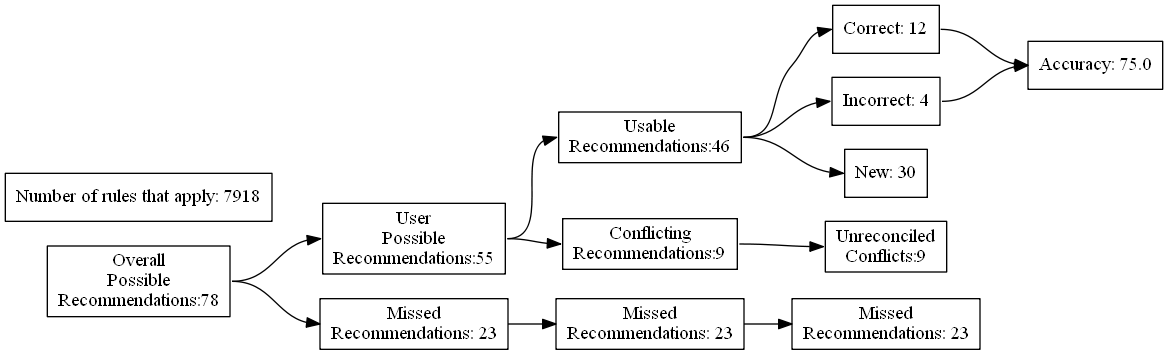
Above: test_renders/66.gv.png in ZaxR/ibd_diet_analysis (Graphviz), before the change. Its source is kept beside it as test_renders/66.gv.
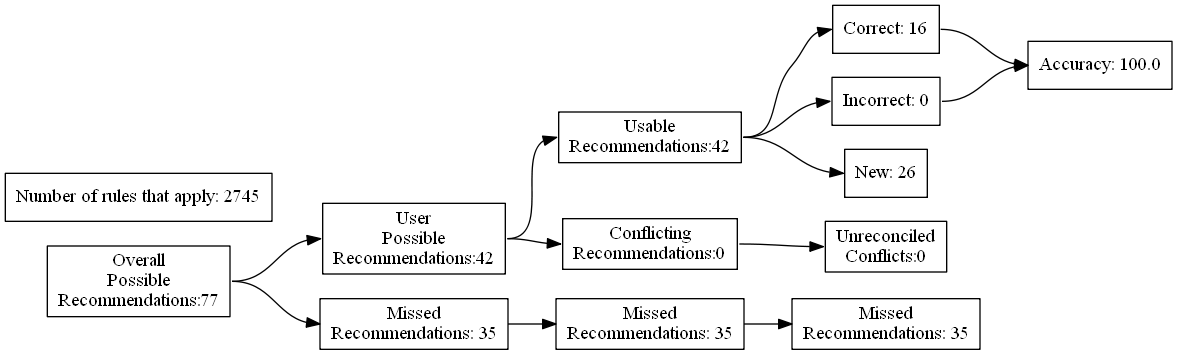
Later version of the same file.

The edit, as a diff of the source:
```diff
@@ -4,27 +4,27 @@
 	edge [headport=w tailport=e]
 		A [label="Overall
 Possible
-Recommendations:78"]
+Recommendations:77"]
 		B [label="User
 Possible
-Recommendations:55"]
+Recommendations:42"]
 		C [label="Missed
-Recommendations: 23"]
+Recommendations: 35"]
 		D [label="Usable
-Recommendations:46"]
+Recommendations:42"]
 		E [label="Conflicting
-Recommendations:9"]
+Recommendations:0"]
 		J [label="Missed
-Recommendations: 23"]
+Recommendations: 35"]
 		M [label="Unreconciled
-Conflicts:9"]
-		F [label="Correct: 12"]
-		G [label="Incorrect: 4"]
-		H [label="New: 30"]
+Conflicts:0"]
+		F [label="Correct: 16"]
+		G [label="Incorrect: 0"]
+		H [label="New: 26"]
 		K [label="Missed
-Recommendations: 23"]
-		I [label="Accuracy: 75.0"]
-		l [label="Number of rules that apply: 7918"]
+Recommendations: 35"]
+		I [label="Accuracy: 100.0"]
+		l [label="Number of rules that apply: 2745"]
 			A -> B
 			A -> C
 			B -> D
```
